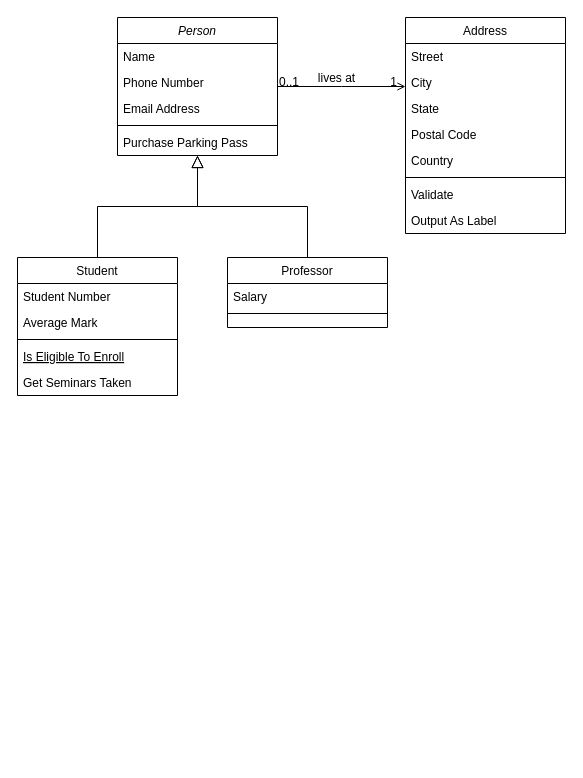
Earlier version of the draw.io diagram play_songs.drawio (sandramolina/diagrams). Source tidied: cells renumbered, new cells numbered last; positions are measured from the earlier drawing's top-left corner, leaving out a move shared by most shapes. Both pictures are drawn from the tidied source at 100%, with x=0, y=0 at pixel (17, 17).
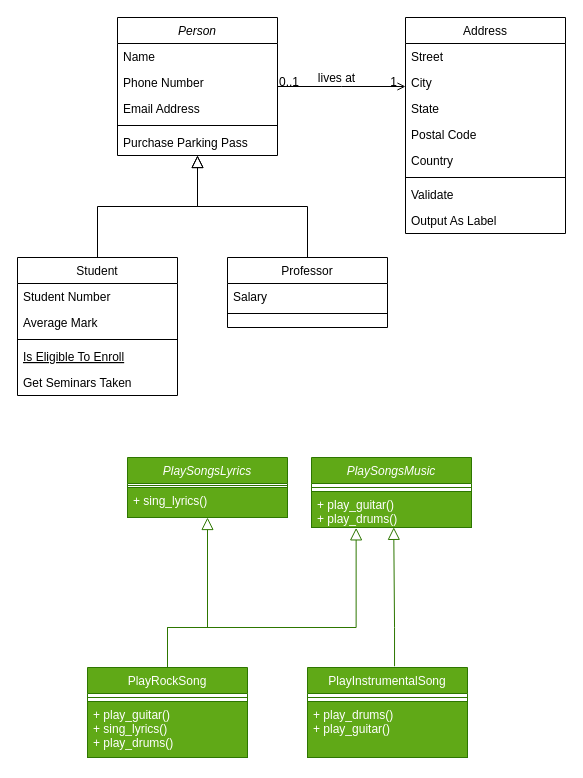
The same diagram, later.

The edit, as a diff of the source:
```diff
@@
+    <mxCell id="32" value="PlaySongsLyrics" style="swimlane;fontStyle=2;align=center;verticalAlign=top;horizontal=1;startSize=26;rounded=0;shadow=0;strokeWidth=1;fillColor=#60a917;fontColor=#ffffff;strokeColor=#2D7600;" parent="1" vertex="1">
+      <mxGeometry x="110" y="440" width="160" height="60" as="geometry" />
+    </mxCell>
+    <mxCell id="33" style="line;html=1;strokeWidth=1;align=left;verticalAlign=middle;spacingTop=-1;spacingLeft=3;spacingRight=3;labelPosition=right;fillColor=#60a917;fontColor=#ffffff;strokeColor=#2D7600;" parent="32" vertex="1">
+      <mxGeometry y="26" width="160" height="4" as="geometry" />
+    </mxCell>
+    <mxCell id="34" value="+ sing_lyrics()" style="text;align=left;verticalAlign=top;spacingLeft=4;spacingRight=4;overflow=hidden;fillColor=#60a917;fontColor=#ffffff;strokeColor=#2D7600;" parent="32" vertex="1">
+      <mxGeometry y="30" width="160" height="30" as="geometry" />
+    </mxCell>
+    <mxCell id="35" value="PlayInstrumentalSong" style="swimlane;fontStyle=0;align=center;verticalAlign=top;horizontal=1;startSize=26;rounded=0;shadow=0;strokeWidth=1;fillColor=#60a917;fontColor=#ffffff;strokeColor=#2D7600;" parent="1" vertex="1">
+      <mxGeometry x="290" y="650" width="160" height="90" as="geometry" />
+    </mxCell>
+    <mxCell id="36" style="line;html=1;strokeWidth=1;align=left;verticalAlign=middle;spacingTop=-1;spacingLeft=3;spacingRight=3;labelPosition=right;fillColor=#60a917;fontColor=#ffffff;strokeColor=#2D7600;" parent="35" vertex="1">
+      <mxGeometry y="26" width="160" height="8" as="geometry" />
+    </mxCell>
+    <mxCell id="37" value="+ play_drums()&#10;+ play_guitar()" style="text;align=left;verticalAlign=top;spacingLeft=4;spacingRight=4;overflow=hidden;fillColor=#60a917;fontColor=#ffffff;strokeColor=#2D7600;" parent="35" vertex="1">
+      <mxGeometry y="34" width="160" height="56" as="geometry" />
+    </mxCell>
+    <mxCell id="38" style="endArrow=block;endSize=10;endFill=0;shadow=0;strokeWidth=1;rounded=0;edgeStyle=elbowEdgeStyle;elbow=vertical;entryX=0.514;entryY=0.996;entryDx=0;entryDy=0;entryPerimeter=0;exitX=0.544;exitY=-0.014;exitDx=0;exitDy=0;exitPerimeter=0;fillColor=#60a917;strokeColor=#2D7600;" parent="1" edge="1" source="35" target="41">
+      <mxGeometry relative="1" as="geometry">
+        <Array as="points">
+          <mxPoint x="370" y="610" />
+        </Array>
+      </mxGeometry>
+    </mxCell>
+    <mxCell id="39" value="PlaySongsMusic" style="swimlane;fontStyle=2;align=center;verticalAlign=top;horizontal=1;startSize=26;rounded=0;shadow=0;strokeWidth=1;fillColor=#60a917;fontColor=#ffffff;strokeColor=#2D7600;" parent="1" vertex="1">
+      <mxGeometry x="294" y="440" width="160" height="70" as="geometry" />
+    </mxCell>
+    <mxCell id="40" style="line;html=1;strokeWidth=1;align=left;verticalAlign=middle;spacingTop=-1;spacingLeft=3;spacingRight=3;labelPosition=right;fillColor=#60a917;fontColor=#ffffff;strokeColor=#2D7600;" parent="39" vertex="1">
+      <mxGeometry y="26" width="160" height="8" as="geometry" />
+    </mxCell>
+    <mxCell id="41" value="+ play_guitar()&#10;+ play_drums()" style="text;align=left;verticalAlign=top;spacingLeft=4;spacingRight=4;overflow=hidden;points=[[0,0.5],[1,0.5]];portConstraint=eastwest;fillColor=#60a917;fontColor=#ffffff;strokeColor=#2D7600;" parent="39" vertex="1">
+      <mxGeometry y="34" width="160" height="36" as="geometry" />
+    </mxCell>
+    <mxCell id="42" value="PlayRockSong" style="swimlane;fontStyle=0;align=center;verticalAlign=top;horizontal=1;startSize=26;rounded=0;shadow=0;strokeWidth=1;fillColor=#60a917;fontColor=#ffffff;strokeColor=#2D7600;" parent="1" vertex="1">
+      <mxGeometry x="70" y="650" width="160" height="90" as="geometry" />
+    </mxCell>
+    <mxCell id="43" style="line;html=1;strokeWidth=1;align=left;verticalAlign=middle;spacingTop=-1;spacingLeft=3;spacingRight=3;labelPosition=right;fillColor=#60a917;fontColor=#ffffff;strokeColor=#2D7600;" parent="42" vertex="1">
+      <mxGeometry y="26" width="160" height="8" as="geometry" />
+    </mxCell>
+    <mxCell id="44" value="+ play_guitar()&#10;+ sing_lyrics()&#10;+ play_drums()" style="text;align=left;verticalAlign=top;spacingLeft=4;spacingRight=4;overflow=hidden;fillColor=#60a917;fontColor=#ffffff;strokeColor=#2D7600;" parent="42" vertex="1">
+      <mxGeometry y="34" width="160" height="56" as="geometry" />
+    </mxCell>
+    <mxCell id="45" style="endArrow=block;endSize=10;endFill=0;shadow=0;strokeWidth=1;rounded=0;edgeStyle=elbowEdgeStyle;elbow=vertical;entryX=0.5;entryY=1;entryDx=0;entryDy=0;fillColor=#60a917;strokeColor=#2D7600;" parent="1" edge="1" target="32">
+      <mxGeometry relative="1" as="geometry">
+        <mxPoint x="150" y="649" as="sourcePoint" />
+        <Array as="points">
+          <mxPoint x="134" y="610" />
+        </Array>
+      </mxGeometry>
+    </mxCell>
+    <mxCell id="46" style="endArrow=block;endSize=10;endFill=0;shadow=0;strokeWidth=1;rounded=0;edgeStyle=elbowEdgeStyle;elbow=vertical;entryX=0.279;entryY=1.01;entryDx=0;entryDy=0;entryPerimeter=0;fillColor=#60a917;strokeColor=#2D7600;" parent="1" edge="1" source="42" target="41">
+      <mxGeometry relative="1" as="geometry">
+        <Array as="points">
+          <mxPoint x="334" y="610" />
+        </Array>
+      </mxGeometry>
+    </mxCell>
```
